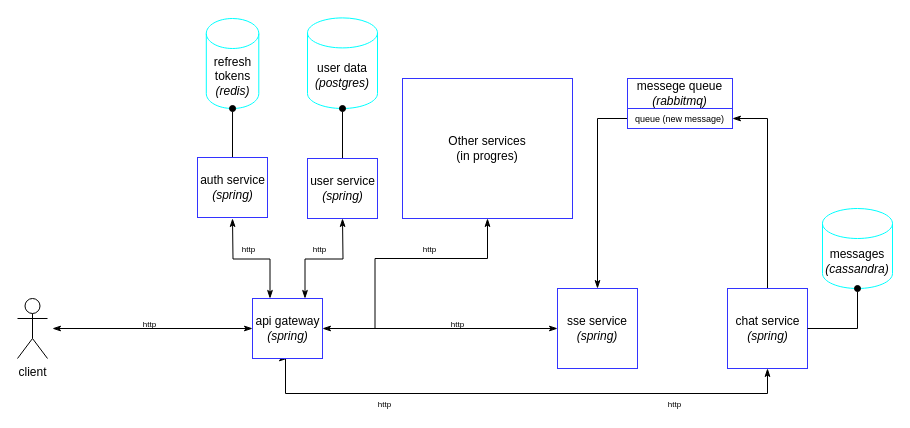
Earlier version of the draw.io diagram RedNet-diagram.drawio (Yantar-f/RedNet). Source tidied: cells renumbered, new cells numbered last; positions are measured from the earlier drawing's top-left corner, leaving out a move shared by most shapes. Both pictures are drawn from the tidied source at 100%, with x=0, y=0 at pixel (17, 17).
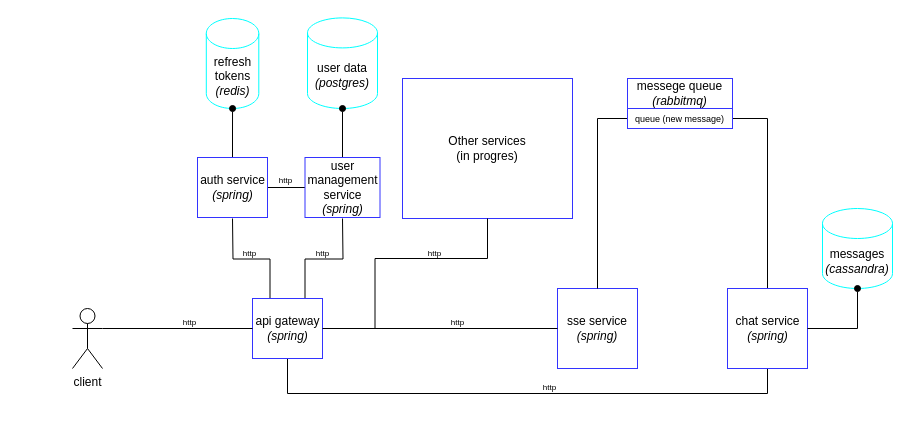
The same page after the edit.

The edit, as a diff of the source:
```diff
@@
-    <mxCell id="2" style="edgeStyle=orthogonalEdgeStyle;rounded=0;jettySize=auto;html=1;entryX=0.5;entryY=1;entryDx=0;entryDy=0;startArrow=classicThin;startFill=1;endArrow=classicThin;endFill=1;exitX=0.5;exitY=1;exitDx=0;exitDy=0;" parent="1" edge="1" source="5" target="7">
+    <mxCell id="2" style="edgeStyle=orthogonalEdgeStyle;rounded=0;jettySize=auto;html=1;entryX=0.5;entryY=1;entryDx=0;entryDy=0;startArrow=none;startFill=0;endArrow=none;endFill=0;exitX=0.5;exitY=1;exitDx=0;exitDy=0;" parent="1" edge="1" source="5" target="7">
       <mxGeometry relative="1" as="geometry">
         <Array as="points">
-          <mxPoint x="268" y="376" />
+          <mxPoint x="270" y="376" />
           <mxPoint x="750" y="376" />
         </Array>
       </mxGeometry>
     </mxCell>
-    <mxCell id="3" style="edgeStyle=orthogonalEdgeStyle;rounded=0;jettySize=auto;html=1;exitX=0.75;exitY=0;exitDx=0;exitDy=0;endArrow=classicThin;endFill=1;startArrow=classicThin;startFill=1;" parent="1" edge="1" source="5">
+    <mxCell id="3" style="edgeStyle=orthogonalEdgeStyle;rounded=0;jettySize=auto;html=1;exitX=0.75;exitY=0;exitDx=0;exitDy=0;endArrow=none;endFill=0;startArrow=none;startFill=0;" parent="1" edge="1" source="5">
       <mxGeometry relative="1" as="geometry">
         <mxPoint x="325" y="201" as="targetPoint" />
       </mxGeometry>
     </mxCell>
-    <mxCell id="4" style="edgeStyle=orthogonalEdgeStyle;rounded=0;jettySize=auto;html=1;exitX=0.25;exitY=0;exitDx=0;exitDy=0;endArrow=classicThin;endFill=1;startArrow=classicThin;startFill=1;" parent="1" edge="1" source="5">
+    <mxCell id="4" style="edgeStyle=orthogonalEdgeStyle;rounded=0;jettySize=auto;html=1;exitX=0.25;exitY=0;exitDx=0;exitDy=0;endArrow=none;endFill=0;startArrow=none;startFill=0;" parent="1" edge="1" source="5">
       <mxGeometry relative="1" as="geometry">
         <mxPoint x="215" y="201" as="targetPoint" />
       </mxGeometry>
     </mxCell>
-    <mxCell id="5" value="api gateway&lt;br&gt;&lt;i&gt;(spring)&lt;/i&gt;" style="html=1;strokeColor=#3333FF;" parent="1" vertex="1">
+    <mxCell id="5" value="api gateway&lt;br&gt;&lt;i&gt;(spring)&lt;/i&gt;" style="html=1;strokeColor=#3333FF;fillColor=none;" parent="1" vertex="1">
       <mxGeometry x="235" y="281" width="70" height="60" as="geometry" />
     </mxCell>
-    <mxCell id="6" style="edgeStyle=orthogonalEdgeStyle;rounded=0;jettySize=auto;html=1;exitX=0.5;exitY=0;exitDx=0;exitDy=0;endArrow=classicThin;endFill=1;entryX=1;entryY=0.5;entryDx=0;entryDy=0;" parent="1" edge="1" source="7" target="14">
+    <mxCell id="6" style="edgeStyle=orthogonalEdgeStyle;rounded=0;jettySize=auto;html=1;exitX=0.5;exitY=0;exitDx=0;exitDy=0;endArrow=none;endFill=0;entryX=1;entryY=0.5;entryDx=0;entryDy=0;" parent="1" edge="1" source="7" target="14">
       <mxGeometry relative="1" as="geometry" />
     </mxCell>
-    <mxCell id="7" value="chat service&lt;br&gt;&lt;i style=&quot;&quot;&gt;(spring)&lt;/i&gt;" style="html=1;strokeColor=#3333FF;" parent="1" vertex="1">
+    <mxCell id="7" value="chat service&lt;br&gt;&lt;i style=&quot;&quot;&gt;(spring)&lt;/i&gt;" style="html=1;strokeColor=#3333FF;fillColor=none;" parent="1" vertex="1">
       <mxGeometry x="710" y="271" width="80" height="80" as="geometry" />
     </mxCell>
-    <mxCell id="8" value="refresh tokens&lt;br&gt;&lt;i&gt;(redis)&lt;/i&gt;" style="shape=cylinder3;whiteSpace=wrap;html=1;boundedLbl=1;backgroundOutline=1;size=15;strokeColor=#00FFFF;" parent="1" vertex="1">
+    <mxCell id="8" value="refresh tokens&lt;br&gt;&lt;i&gt;(redis)&lt;/i&gt;" style="shape=cylinder3;whiteSpace=wrap;html=1;boundedLbl=1;backgroundOutline=1;size=15;strokeColor=#00FFFF;fillColor=none;" parent="1" vertex="1">
       <mxGeometry x="188.8" y="1" width="52.5" height="90" as="geometry" />
     </mxCell>
-    <mxCell id="9" value="messages&lt;br&gt;&lt;i&gt;(cassandra)&lt;/i&gt;" style="shape=cylinder3;whiteSpace=wrap;html=1;boundedLbl=1;backgroundOutline=1;size=15;strokeColor=#00FFFF;" parent="1" vertex="1">
+    <mxCell id="9" value="messages&lt;br&gt;&lt;i&gt;(cassandra)&lt;/i&gt;" style="shape=cylinder3;whiteSpace=wrap;html=1;boundedLbl=1;backgroundOutline=1;size=15;strokeColor=#00FFFF;fillColor=none;" parent="1" vertex="1">
       <mxGeometry x="805" y="191" width="70" height="80" as="geometry" />
     </mxCell>
@@
-    <mxCell id="11" value="sse service&lt;br&gt;&lt;i&gt;(spring)&lt;/i&gt;" style="whiteSpace=wrap;html=1;strokeColor=#3333FF;" parent="1" vertex="1">
+    <mxCell id="11" value="sse service&lt;br&gt;&lt;i&gt;(spring)&lt;/i&gt;" style="whiteSpace=wrap;html=1;strokeColor=#3333FF;fillColor=none;" parent="1" vertex="1">
       <mxGeometry x="540" y="271" width="80" height="80" as="geometry" />
     </mxCell>
-    <mxCell id="12" value="messege queue&lt;br&gt;&lt;i&gt;(rabbitmq)&lt;/i&gt;" style="rounded=0;whiteSpace=wrap;html=1;strokeColor=#3333FF;" parent="1" vertex="1">
+    <mxCell id="12" value="messege queue&lt;br&gt;&lt;i&gt;(rabbitmq)&lt;/i&gt;" style="rounded=0;whiteSpace=wrap;html=1;strokeColor=#3333FF;fillColor=none;" parent="1" vertex="1">
       <mxGeometry x="610" y="61" width="105" height="30" as="geometry" />
     </mxCell>
-    <mxCell id="13" style="edgeStyle=orthogonalEdgeStyle;rounded=0;jettySize=auto;html=1;exitX=0;exitY=0.5;exitDx=0;exitDy=0;entryX=0.5;entryY=0;entryDx=0;entryDy=0;endArrow=classicThin;endFill=1;startArrow=none;startFill=0;" parent="1" edge="1" source="14" target="11">
+    <mxCell id="13" style="edgeStyle=orthogonalEdgeStyle;rounded=0;jettySize=auto;html=1;exitX=0;exitY=0.5;exitDx=0;exitDy=0;entryX=0.5;entryY=0;entryDx=0;entryDy=0;endArrow=none;endFill=0;startArrow=none;startFill=0;" parent="1" edge="1" source="14" target="11">
       <mxGeometry relative="1" as="geometry" />
     </mxCell>
-    <mxCell id="14" value="&lt;font style=&quot;font-size: 9px;&quot;&gt;queue (new message)&lt;/font&gt;" style="rounded=0;whiteSpace=wrap;html=1;strokeColor=#3333FF;" parent="1" vertex="1">
+    <mxCell id="14" value="&lt;font style=&quot;font-size: 9px;&quot;&gt;queue (new message)&lt;/font&gt;" style="rounded=0;whiteSpace=wrap;html=1;strokeColor=#3333FF;fillColor=none;" parent="1" vertex="1">
       <mxGeometry x="610" y="91" width="105" height="20" as="geometry" />
     </mxCell>
-    <mxCell id="15" value="client" style="shape=umlActor;verticalLabelPosition=bottom;verticalAlign=top;html=1;" parent="1" vertex="1">
-      <mxGeometry y="281" width="30" height="60" as="geometry" />
+    <mxCell id="15" value="client" style="shape=umlActor;verticalLabelPosition=bottom;verticalAlign=top;html=1;fillColor=none;strokeColor=default;shadow=0;" parent="1" vertex="1">
+      <mxGeometry x="55" y="291" width="30" height="60" as="geometry" />
     </mxCell>
-    <mxCell id="16" style="endArrow=classicThin;startArrow=classicThin;html=1;rounded=0;entryX=0;entryY=0.5;entryDx=0;entryDy=0;startFill=1;endFill=1;" parent="1" edge="1" target="5">
+    <mxCell id="16" style="endArrow=none;startArrow=none;html=1;rounded=0;entryX=0;entryY=0.5;entryDx=0;entryDy=0;startFill=0;endFill=0;" parent="1" edge="1" target="5">
       <mxGeometry relative="1" as="geometry">
-        <mxPoint x="35" y="311" as="sourcePoint" />
+        <mxPoint x="85" y="311" as="sourcePoint" />
       </mxGeometry>
     </mxCell>
-    <mxCell id="17" value="user data&lt;br&gt;&lt;i&gt;(postgres)&lt;/i&gt;" style="shape=cylinder3;whiteSpace=wrap;html=1;boundedLbl=1;backgroundOutline=1;size=15;strokeColor=#00FFFF;" parent="1" vertex="1">
+    <mxCell id="17" value="user data&lt;br&gt;&lt;i&gt;(postgres)&lt;/i&gt;" style="shape=cylinder3;whiteSpace=wrap;html=1;boundedLbl=1;backgroundOutline=1;size=15;strokeColor=#00FFFF;fillColor=none;" parent="1" vertex="1">
       <mxGeometry x="290" y="0.4" width="70" height="90.6" as="geometry" />
     </mxCell>
-    <mxCell id="18" value="Other services&lt;br&gt;(in progres)" style="rounded=0;whiteSpace=wrap;html=1;strokeColor=#3333FF;" parent="1" vertex="1">
+    <mxCell id="18" value="Other services&lt;br&gt;(in progres)" style="rounded=0;whiteSpace=wrap;html=1;strokeColor=#3333FF;fillColor=none;" parent="1" vertex="1">
       <mxGeometry x="385" y="61" width="170" height="140" as="geometry" />
     </mxCell>
-    <mxCell id="19" style="edgeStyle=orthogonalEdgeStyle;rounded=0;jettySize=auto;html=1;exitX=0;exitY=0.5;exitDx=0;exitDy=0;entryX=1;entryY=0.5;entryDx=0;entryDy=0;endArrow=classicThin;endFill=1;startArrow=classicThin;startFill=1;" parent="1" edge="1" source="11" target="5">
+    <mxCell id="19" style="edgeStyle=orthogonalEdgeStyle;rounded=0;jettySize=auto;html=1;exitX=0;exitY=0.5;exitDx=0;exitDy=0;entryX=1;entryY=0.5;entryDx=0;entryDy=0;endArrow=none;endFill=0;startArrow=none;startFill=0;" parent="1" edge="1" source="11" target="5">
       <mxGeometry relative="1" as="geometry" />
     </mxCell>
     <mxCell id="20" value="&lt;font style=&quot;font-size: 8px;&quot;&gt;http&lt;/font&gt;" style="text;html=1;strokeColor=none;fillColor=none;align=center;verticalAlign=middle;whiteSpace=wrap;rounded=0;" parent="1" vertex="1">
-      <mxGeometry x="432.5" y="300.8" width="15" height="10" as="geometry" />
+      <mxGeometry x="433" y="299" width="15" height="10" as="geometry" />
     </mxCell>
     <mxCell id="21" value="&lt;font style=&quot;font-size: 8px;&quot;&gt;http&lt;/font&gt;" style="text;html=1;strokeColor=none;fillColor=none;align=center;verticalAlign=middle;whiteSpace=wrap;rounded=0;rotation=0;" parent="1" vertex="1">
-      <mxGeometry x="405" y="226" width="15" height="10" as="geometry" />
+      <mxGeometry x="410" y="230" width="15" height="10" as="geometry" />
     </mxCell>
     <mxCell id="22" value="&lt;font style=&quot;font-size: 8px;&quot;&gt;http&lt;/font&gt;" style="text;html=1;strokeColor=none;fillColor=none;align=center;verticalAlign=middle;whiteSpace=wrap;rounded=0;" parent="1" vertex="1">
-      <mxGeometry x="125" y="300.8" width="15" height="10" as="geometry" />
+      <mxGeometry x="165" y="299" width="15" height="10" as="geometry" />
     </mxCell>
-    <mxCell id="23" style="endArrow=classicThin;html=1;rounded=0;entryX=0.5;entryY=1;entryDx=0;entryDy=0;startArrow=none;startFill=0;endFill=1;" parent="1" edge="1" target="18">
+    <mxCell id="23" style="endArrow=none;html=1;rounded=0;entryX=0.5;entryY=1;entryDx=0;entryDy=0;startArrow=none;startFill=0;endFill=0;" parent="1" edge="1" target="18">
       <mxGeometry relative="1" as="geometry">
         <mxPoint x="357.5" y="311" as="sourcePoint" />
         <Array as="points">
           <mxPoint x="357.5" y="241" />
           <mxPoint x="470" y="241" />
         </Array>
       </mxGeometry>
     </mxCell>
     <mxCell id="24" value="&lt;font style=&quot;font-size: 8px;&quot;&gt;http&lt;/font&gt;" style="text;html=1;strokeColor=none;fillColor=none;align=center;verticalAlign=middle;whiteSpace=wrap;rounded=0;" parent="1" vertex="1">
-      <mxGeometry x="360" y="381" width="15" height="10" as="geometry" />
+      <mxGeometry x="525" y="364" width="15" height="10" as="geometry" />
     </mxCell>
-    <mxCell id="25" value="&lt;font style=&quot;font-size: 8px;&quot;&gt;http&lt;/font&gt;" style="text;html=1;strokeColor=none;fillColor=none;align=center;verticalAlign=middle;whiteSpace=wrap;rounded=0;" parent="1" vertex="1">
-      <mxGeometry x="650" y="381" width="15" height="10" as="geometry" />
-    </mxCell>
@@
+    <mxCell id="32" style="edgeStyle=orthogonalEdgeStyle;rounded=0;jettySize=auto;html=1;exitX=1;exitY=0.5;exitDx=0;exitDy=0;entryX=0;entryY=0.5;entryDx=0;entryDy=0;endArrow=none;endFill=0;" parent="1" edge="1" source="27" target="30">
+      <mxGeometry relative="1" as="geometry" />
+    </mxCell>
-    <mxCell id="27" value="auth service&lt;br&gt;&lt;i&gt;(spring)&lt;/i&gt;" style="html=1;strokeColor=#3333FF;" parent="1" vertex="1">
+    <mxCell id="27" value="auth service&lt;br&gt;&lt;i&gt;(spring)&lt;/i&gt;" style="html=1;strokeColor=#3333FF;fillColor=none;" parent="1" vertex="1">
       <mxGeometry x="180" y="140" width="70" height="60" as="geometry" />
     </mxCell>
     <mxCell id="28" value="&lt;font style=&quot;font-size: 8px;&quot;&gt;http&lt;/font&gt;" style="text;html=1;strokeColor=none;fillColor=none;align=center;verticalAlign=middle;whiteSpace=wrap;rounded=0;" parent="1" vertex="1">
-      <mxGeometry x="223.5" y="226" width="15" height="10" as="geometry" />
+      <mxGeometry x="225" y="230" width="15" height="10" as="geometry" />
     </mxCell>
@@
-    <mxCell id="30" value="user service&lt;br&gt;&lt;i&gt;(spring)&lt;/i&gt;" style="html=1;strokeColor=#3333FF;" parent="1" vertex="1">
-      <mxGeometry x="290" y="141" width="70" height="60" as="geometry" />
+    <mxCell id="30" value="user &lt;br&gt;management &lt;br&gt;service&lt;br&gt;&lt;i&gt;(spring)&lt;/i&gt;" style="html=1;strokeColor=#3333FF;fillColor=none;" parent="1" vertex="1">
+      <mxGeometry x="287.5" y="140" width="75" height="60" as="geometry" />
     </mxCell>
     <mxCell id="31" value="&lt;font style=&quot;font-size: 8px;&quot;&gt;http&lt;/font&gt;" style="text;html=1;strokeColor=none;fillColor=none;align=center;verticalAlign=middle;whiteSpace=wrap;rounded=0;" parent="1" vertex="1">
-      <mxGeometry x="295" y="226" width="15" height="10" as="geometry" />
+      <mxGeometry x="298" y="230" width="15" height="10" as="geometry" />
     </mxCell>
+    <mxCell id="25" value="&lt;font style=&quot;font-size: 8px;&quot;&gt;http&lt;/font&gt;" style="text;html=1;strokeColor=none;fillColor=none;align=center;verticalAlign=middle;whiteSpace=wrap;rounded=0;" parent="1" vertex="1">
+      <mxGeometry x="261" y="157" width="15" height="10" as="geometry" />
+    </mxCell>
```
